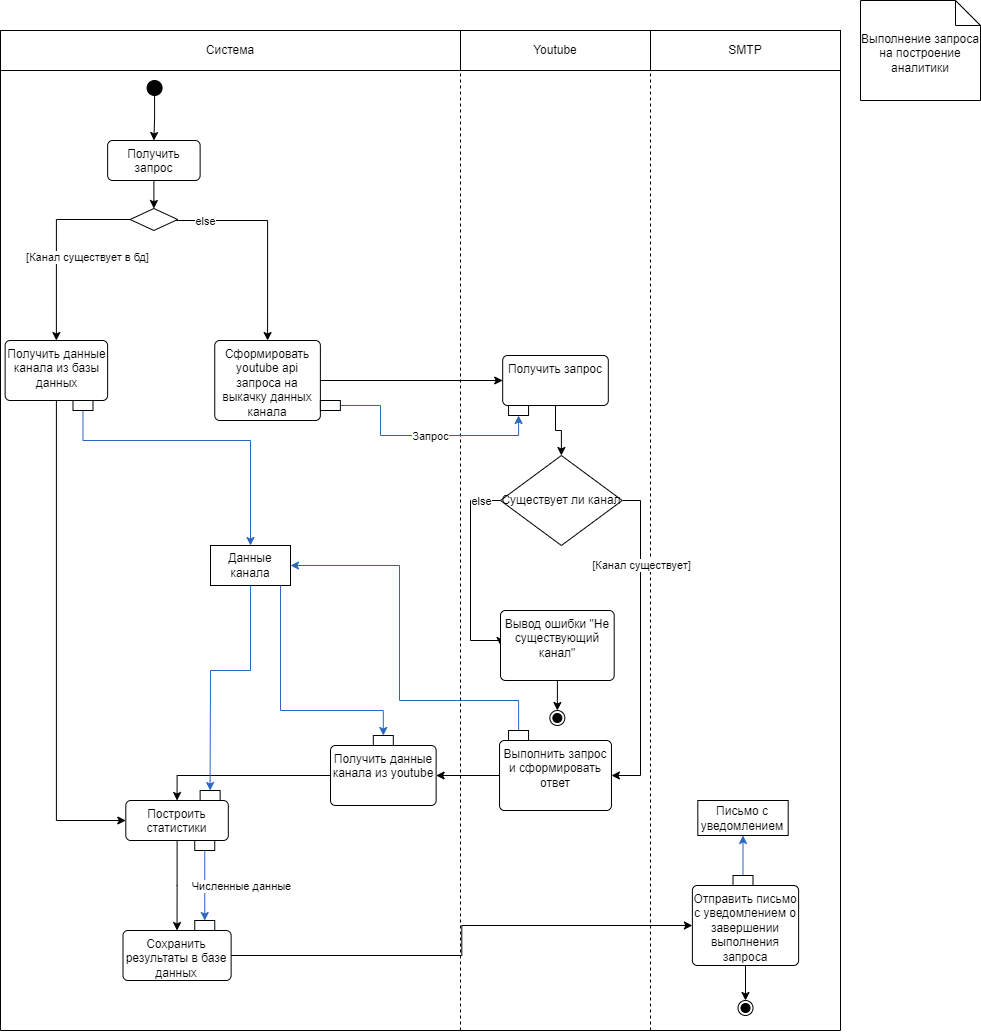
Earlier version of the draw.io export docs/images/functional_diagram4_1.png (Hembos/YoutubeAnalytics). Source tidied: cells renumbered, new cells last; positions are measured from the earlier drawing's top-left corner, leaving out a move shared by most shapes.
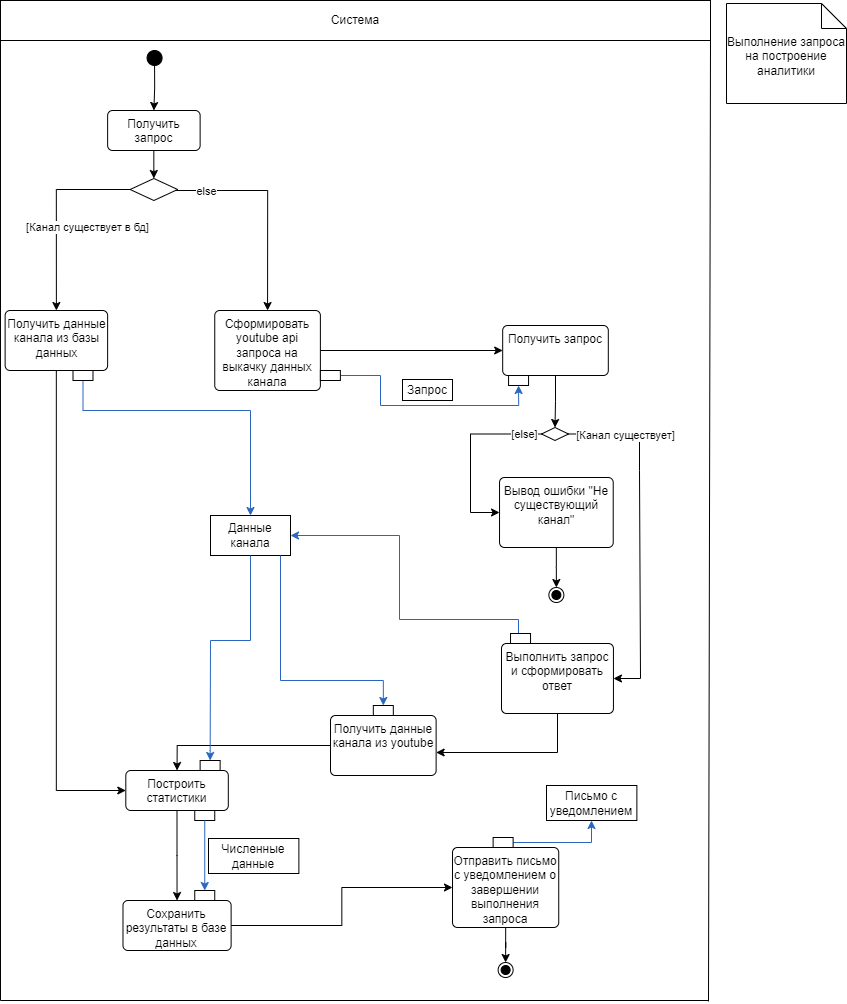
Above is the later version.

What changed in the source:
```diff
@@ -3,7 +3,7 @@
     <mxCell id="0" />
     <mxCell id="1" parent="0" />
     <mxCell id="2" value="Система" style="whiteSpace=wrap;html=1;align=center;" parent="1" vertex="1">
-      <mxGeometry y="30" width="460" height="40" as="geometry" />
+      <mxGeometry y="30" width="710" height="40" as="geometry" />
     </mxCell>
     <mxCell id="3" style="endArrow=none;html=1;rounded=0;" parent="1" edge="1">
       <mxGeometry relative="1" as="geometry">
@@ -11,9 +11,9 @@
         <mxPoint y="70" as="targetPoint" />
       </mxGeometry>
     </mxCell>
-    <mxCell id="4" style="endArrow=none;html=1;rounded=0;entryX=1;entryY=1;entryDx=0;entryDy=0;" parent="1" edge="1" target="37">
+    <mxCell id="4" style="endArrow=none;html=1;rounded=0;entryX=1;entryY=1;entryDx=0;entryDy=0;" parent="1" edge="1" target="2">
       <mxGeometry relative="1" as="geometry">
-        <mxPoint x="840" y="1030" as="sourcePoint" />
+        <mxPoint x="708" y="1031" as="sourcePoint" />
       </mxGeometry>
     </mxCell>
     <mxCell id="5" style="edgeStyle=orthogonalEdgeStyle;rounded=0;jettySize=auto;html=1;entryX=0.5;entryY=0;entryDx=0;entryDy=0;" parent="1" edge="1" source="6" target="13">
@@ -75,7 +75,7 @@
       <mxGeometry relative="1" as="geometry" />
     </mxCell>
     <mxCell id="21" value="Отправить письмо с уведомлением о завершении выполнения запроса" style="html=1;align=center;verticalAlign=top;rounded=1;absoluteArcSize=1;arcSize=10;dashed=0;whiteSpace=wrap;" parent="1" vertex="1">
-      <mxGeometry x="691.9" y="885" width="106.2" height="80" as="geometry" />
+      <mxGeometry x="452" y="877" width="106.2" height="80" as="geometry" />
     </mxCell>
     <mxCell id="22" style="edgeStyle=orthogonalEdgeStyle;rounded=0;jettySize=auto;html=1;" parent="1" edge="1" source="23" target="21">
       <mxGeometry relative="1" as="geometry" />
@@ -86,26 +86,18 @@
     <mxCell id="24" style="endArrow=none;html=1;rounded=0;" parent="1" edge="1">
       <mxGeometry relative="1" as="geometry">
         <mxPoint y="1030" as="sourcePoint" />
-        <mxPoint x="840" y="1030" as="targetPoint" />
+        <mxPoint x="708" y="1030" as="targetPoint" />
       </mxGeometry>
     </mxCell>
-    <mxCell id="25" value="Youtube" style="whiteSpace=wrap;html=1;align=center;" parent="1" vertex="1">
-      <mxGeometry x="460" y="30" width="190" height="40" as="geometry" />
-    </mxCell>
-    <mxCell id="26" style="endArrow=none;dashed=1;html=1;rounded=0;entryX=1;entryY=1;entryDx=0;entryDy=0;" parent="1" edge="1" target="25">
-      <mxGeometry relative="1" as="geometry">
-        <mxPoint x="650" y="1030" as="sourcePoint" />
-      </mxGeometry>
-    </mxCell>
     <mxCell id="27" style="edgeStyle=orthogonalEdgeStyle;rounded=0;jettySize=auto;html=1;entryX=0;entryY=0.5;entryDx=0;entryDy=0;" parent="1" edge="1" source="31" target="33">
       <mxGeometry relative="1" as="geometry">
         <Array as="points">
-          <mxPoint x="470" y="500" />
-          <mxPoint x="470" y="640" />
+          <mxPoint x="470" y="463" />
+          <mxPoint x="470" y="542" />
         </Array>
       </mxGeometry>
     </mxCell>
-    <mxCell id="28" value="else" style="edgeLabel;html=1;align=center;verticalAlign=middle;" parent="27" vertex="1">
+    <mxCell id="28" value="[else]" style="edgeLabel;html=1;align=center;verticalAlign=middle;" parent="27" vertex="1">
       <mxGeometry x="-0.88" y="1" relative="1" as="geometry">
         <mxPoint x="-8" y="-1" as="offset" />
       </mxGeometry>
@@ -113,44 +105,39 @@
     <mxCell id="29" style="edgeStyle=orthogonalEdgeStyle;rounded=0;jettySize=auto;html=1;entryX=1;entryY=0.5;entryDx=0;entryDy=0;" parent="1" edge="1" source="31" target="35">
       <mxGeometry relative="1" as="geometry">
         <Array as="points">
+          <mxPoint x="639" y="463" />
+          <mxPoint x="639" y="500" />
           <mxPoint x="640" y="500" />
-          <mxPoint x="640" y="775" />
+          <mxPoint x="640" y="708" />
         </Array>
       </mxGeometry>
     </mxCell>
     <mxCell id="30" value="[Канал существует]" style="edgeLabel;html=1;align=center;verticalAlign=middle;" parent="29" vertex="1">
       <mxGeometry x="-0.2" relative="1" as="geometry">
-        <mxPoint y="-45" as="offset" />
+        <mxPoint x="-15" y="-65" as="offset" />
       </mxGeometry>
     </mxCell>
-    <mxCell id="31" value="Существует ли канал" style="rhombus;whiteSpace=wrap;html=1;" parent="1" vertex="1">
-      <mxGeometry x="500" y="455" width="121.8" height="90" as="geometry" />
+    <mxCell id="31" style="rhombus;whiteSpace=wrap;html=1;" parent="1" vertex="1">
+      <mxGeometry x="541" y="457" width="27" height="13" as="geometry" />
     </mxCell>
     <mxCell id="32" style="edgeStyle=orthogonalEdgeStyle;rounded=0;jettySize=auto;html=1;entryX=0.5;entryY=0;entryDx=0;entryDy=0;" parent="1" edge="1" source="33" target="36">
       <mxGeometry relative="1" as="geometry" />
     </mxCell>
     <mxCell id="33" value="Вывод ошибки &quot;Не существующий канал&quot;" style="html=1;align=center;verticalAlign=top;rounded=1;absoluteArcSize=1;arcSize=10;dashed=0;whiteSpace=wrap;" parent="1" vertex="1">
-      <mxGeometry x="500" y="610" width="113.7" height="70" as="geometry" />
+      <mxGeometry x="499" y="507" width="113.7" height="70" as="geometry" />
     </mxCell>
     <mxCell id="34" style="edgeStyle=orthogonalEdgeStyle;rounded=0;jettySize=auto;html=1;" parent="1" edge="1" source="35" target="15">
-      <mxGeometry relative="1" as="geometry" />
+      <mxGeometry relative="1" as="geometry">
+        <Array as="points">
+          <mxPoint x="557" y="782" />
+        </Array>
+      </mxGeometry>
     </mxCell>
-    <mxCell id="35" value="Выполнить запрос и сформировать ответ" style="html=1;align=center;verticalAlign=top;rounded=1;absoluteArcSize=1;arcSize=10;dashed=0;whiteSpace=wrap;" parent="1" vertex="1">
-      <mxGeometry x="499" y="740" width="111.9" height="70" as="geometry" />
-    </mxCell>
     <mxCell id="36" style="ellipse;html=1;shape=endState;fillColor=strokeColor;" parent="1" vertex="1">
-      <mxGeometry x="549.3" y="710" width="15" height="15" as="geometry" />
+      <mxGeometry x="548.4" y="617" width="15" height="15" as="geometry" />
     </mxCell>
-    <mxCell id="37" value="SMTP" style="whiteSpace=wrap;html=1;align=center;" parent="1" vertex="1">
-      <mxGeometry x="650" y="30" width="190" height="40" as="geometry" />
-    </mxCell>
-    <mxCell id="38" style="endArrow=none;dashed=1;html=1;rounded=0;entryX=0;entryY=1;entryDx=0;entryDy=0;" parent="1" edge="1" target="25">
-      <mxGeometry relative="1" as="geometry">
-        <mxPoint x="460" y="1030" as="sourcePoint" />
-      </mxGeometry>
-    </mxCell>
     <mxCell id="39" style="ellipse;html=1;shape=endState;fillColor=strokeColor;" parent="1" vertex="1">
-      <mxGeometry x="737.5" y="1000" width="15" height="15" as="geometry" />
+      <mxGeometry x="497.6" y="992" width="15" height="15" as="geometry" />
     </mxCell>
     <mxCell id="40" style="edgeStyle=orthogonalEdgeStyle;rounded=0;jettySize=auto;html=1;entryX=0.5;entryY=0;entryDx=0;entryDy=0;" parent="1" edge="1" source="41" target="6">
       <mxGeometry relative="1" as="geometry" />
@@ -178,11 +165,6 @@
         </Array>
       </mxGeometry>
     </mxCell>
-    <mxCell id="45" value="Запрос" style="edgeLabel;html=1;align=center;verticalAlign=middle;" parent="44" vertex="1">
-      <mxGeometry x="-0.19" relative="1" as="geometry">
-        <mxPoint x="27" as="offset" />
-      </mxGeometry>
-    </mxCell>
     <mxCell id="46" style="rounded=0;whiteSpace=wrap;html=1;" parent="1" vertex="1">
       <mxGeometry x="319.9" y="400" width="20" height="10" as="geometry" />
     </mxCell>
@@ -210,15 +192,12 @@
     <mxCell id="54" style="edgeStyle=orthogonalEdgeStyle;rounded=0;jettySize=auto;html=1;entryX=1;entryY=0.5;entryDx=0;entryDy=0;strokeColor=#2A66BF;" parent="1" edge="1" source="55" target="56">
       <mxGeometry relative="1" as="geometry">
         <Array as="points">
-          <mxPoint x="518" y="700" />
-          <mxPoint x="399" y="700" />
+          <mxPoint x="518" y="649" />
+          <mxPoint x="399" y="649" />
           <mxPoint x="399" y="565" />
         </Array>
       </mxGeometry>
     </mxCell>
-    <mxCell id="55" style="rounded=0;whiteSpace=wrap;html=1;" parent="1" vertex="1">
-      <mxGeometry x="508.1" y="730" width="20" height="10" as="geometry" />
-    </mxCell>
     <mxCell id="56" value="Данные канала" style="rounded=0;whiteSpace=wrap;html=1;" parent="1" vertex="1">
       <mxGeometry x="210" y="545" width="80" height="40" as="geometry" />
     </mxCell>
@@ -250,22 +229,36 @@
         </Array>
       </mxGeometry>
     </mxCell>
-    <mxCell id="61" value="Численные данные" style="edgeLabel;html=1;align=center;verticalAlign=middle;" parent="60" vertex="1">
-      <mxGeometry x="-0.07" y="1" relative="1" as="geometry">
-        <mxPoint x="35" y="2" as="offset" />
-      </mxGeometry>
-    </mxCell>
     <mxCell id="62" value="Письмо с уведомлением" style="rounded=0;whiteSpace=wrap;html=1;" parent="1" vertex="1">
-      <mxGeometry x="697.3" y="800" width="90.4" height="35" as="geometry" />
+      <mxGeometry x="546" y="815" width="90.4" height="35" as="geometry" />
     </mxCell>
     <mxCell id="63" style="edgeStyle=orthogonalEdgeStyle;rounded=0;jettySize=auto;html=1;strokeColor=#2A66BF;" parent="1" edge="1" source="64" target="62">
-      <mxGeometry relative="1" as="geometry" />
+      <mxGeometry relative="1" as="geometry">
+        <Array as="points">
+          <mxPoint x="591" y="872" />
+        </Array>
+      </mxGeometry>
     </mxCell>
     <mxCell id="64" style="rounded=0;whiteSpace=wrap;html=1;" parent="1" vertex="1">
-      <mxGeometry x="732.5" y="875" width="20" height="10" as="geometry" />
+      <mxGeometry x="492.6" y="867" width="20" height="10" as="geometry" />
     </mxCell>
     <mxCell id="65" value="Выполнение запроса на построение аналитики" style="shape=note2;boundedLbl=1;whiteSpace=wrap;html=1;size=25;verticalAlign=top;align=center;" parent="1" vertex="1">
-      <mxGeometry x="860" width="120" height="100" as="geometry" />
+      <mxGeometry x="726" y="33" width="120" height="100" as="geometry" />
     </mxCell>
+    <mxCell id="45" value="Запрос" style="rounded=0;whiteSpace=wrap;html=1;" parent="1" vertex="1">
+      <mxGeometry x="402" y="409" width="50" height="21" as="geometry" />
+    </mxCell>
+    <mxCell id="66" style="group;" parent="1" vertex="1">
+      <mxGeometry x="501" y="663" width="111.9" height="80" as="geometry" />
+    </mxCell>
+    <mxCell id="35" value="Выполнить запрос и сформировать ответ" style="html=1;align=center;verticalAlign=top;rounded=1;absoluteArcSize=1;arcSize=10;dashed=0;whiteSpace=wrap;" parent="66" vertex="1">
+      <mxGeometry y="10" width="111.9" height="70" as="geometry" />
+    </mxCell>
+    <mxCell id="55" style="rounded=0;whiteSpace=wrap;html=1;" parent="66" vertex="1">
+      <mxGeometry x="9" width="20" height="10" as="geometry" />
+    </mxCell>
+    <mxCell id="61" value="Численные данные" style="rounded=0;whiteSpace=wrap;html=1;" parent="1" vertex="1">
+      <mxGeometry x="208" y="868" width="90.4" height="35" as="geometry" />
+    </mxCell>
   </root>
 </mxGraphModel>
```
